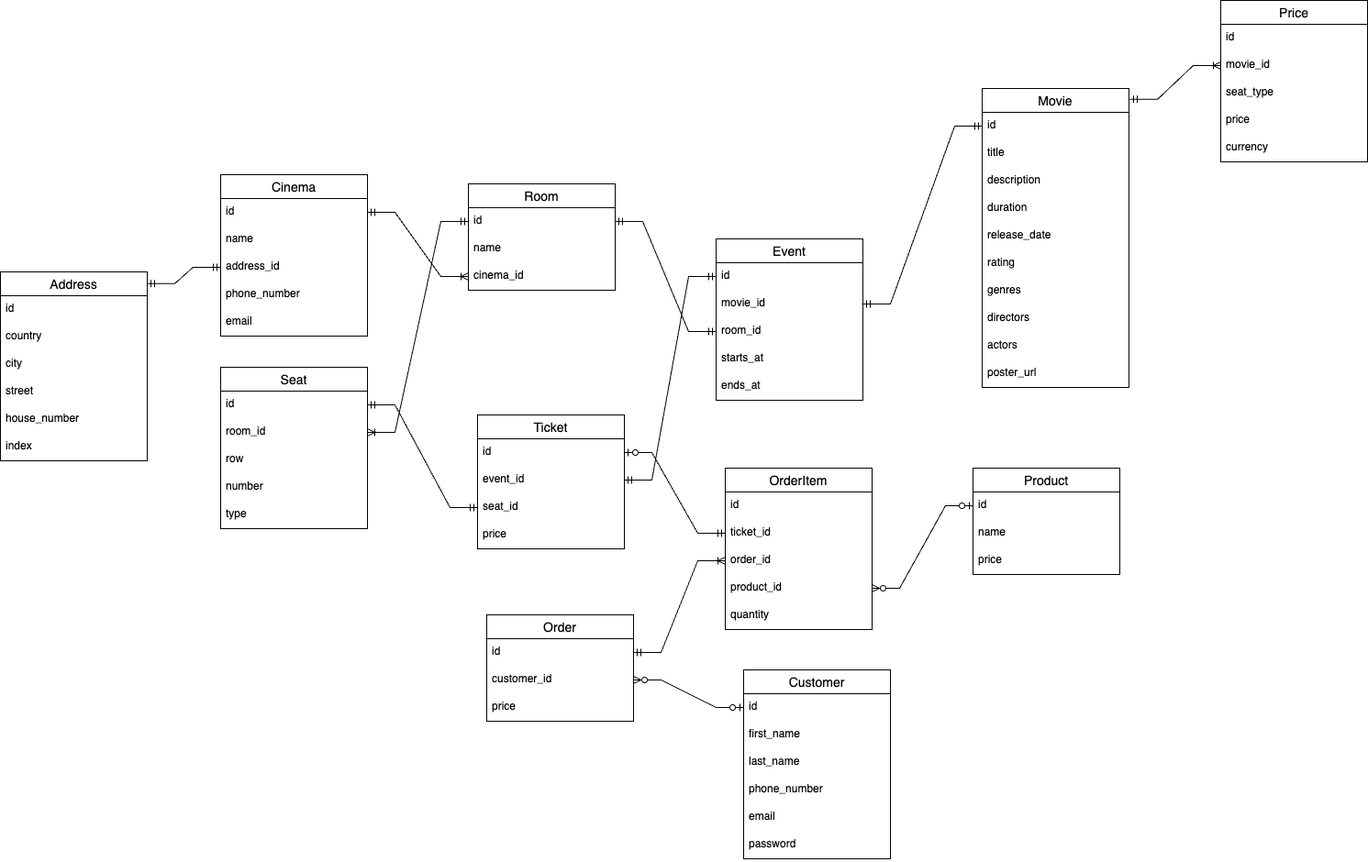
Above: databases/year-2/semester-1/course-work/er-diagram.png in doichev-kostia/kpi (draw.io), before the change. Source tidied: cells renumbered, new cells last; positions are measured from the earlier drawing's top-left corner, leaving out a move shared by most shapes.
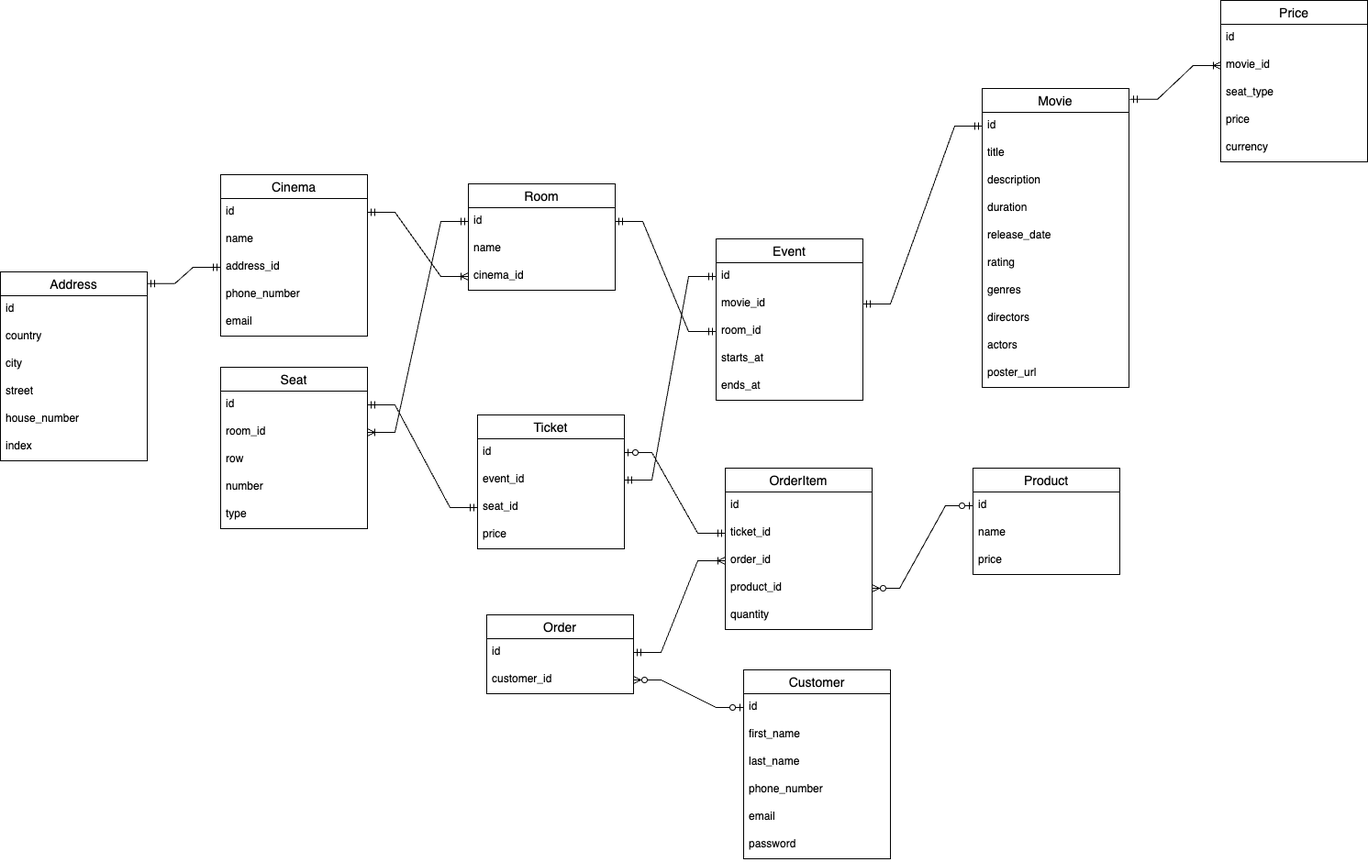
After the change.

Change to the diagram source:
```diff
@@ -189,7 +189,7 @@
       <mxGeometry y="86" width="160" height="30" as="geometry" />
     </mxCell>
     <mxCell id="64" value="Order" style="swimlane;fontStyle=0;horizontal=1;startSize=26;align=center;fontSize=14;" parent="1" vertex="1">
-      <mxGeometry x="530" y="670" width="160" height="116" as="geometry" />
+      <mxGeometry x="530" y="670" width="160" height="86" as="geometry" />
     </mxCell>
     <mxCell id="65" value="id" style="text;strokeColor=none;fillColor=none;spacingLeft=4;spacingRight=4;overflow=hidden;points=[[0,0.5],[1,0.5]];portConstraint=eastwest;fontSize=12;" parent="64" vertex="1">
       <mxGeometry y="26" width="160" height="30" as="geometry" />
@@ -197,9 +197,6 @@
     <mxCell id="66" value="customer_id" style="text;strokeColor=none;fillColor=none;spacingLeft=4;spacingRight=4;overflow=hidden;points=[[0,0.5],[1,0.5]];portConstraint=eastwest;fontSize=12;" parent="64" vertex="1">
       <mxGeometry y="56" width="160" height="30" as="geometry" />
     </mxCell>
-    <mxCell id="67" value="price" style="text;strokeColor=none;fillColor=none;spacingLeft=4;spacingRight=4;overflow=hidden;fontSize=12;" parent="64" vertex="1">
-      <mxGeometry y="86" width="160" height="30" as="geometry" />
-    </mxCell>
     <mxCell id="68" value="OrderItem" style="swimlane;fontStyle=0;horizontal=1;startSize=26;align=center;fontSize=14;" parent="1" vertex="1">
       <mxGeometry x="790" y="510" width="160" height="176" as="geometry" />
     </mxCell>
```
